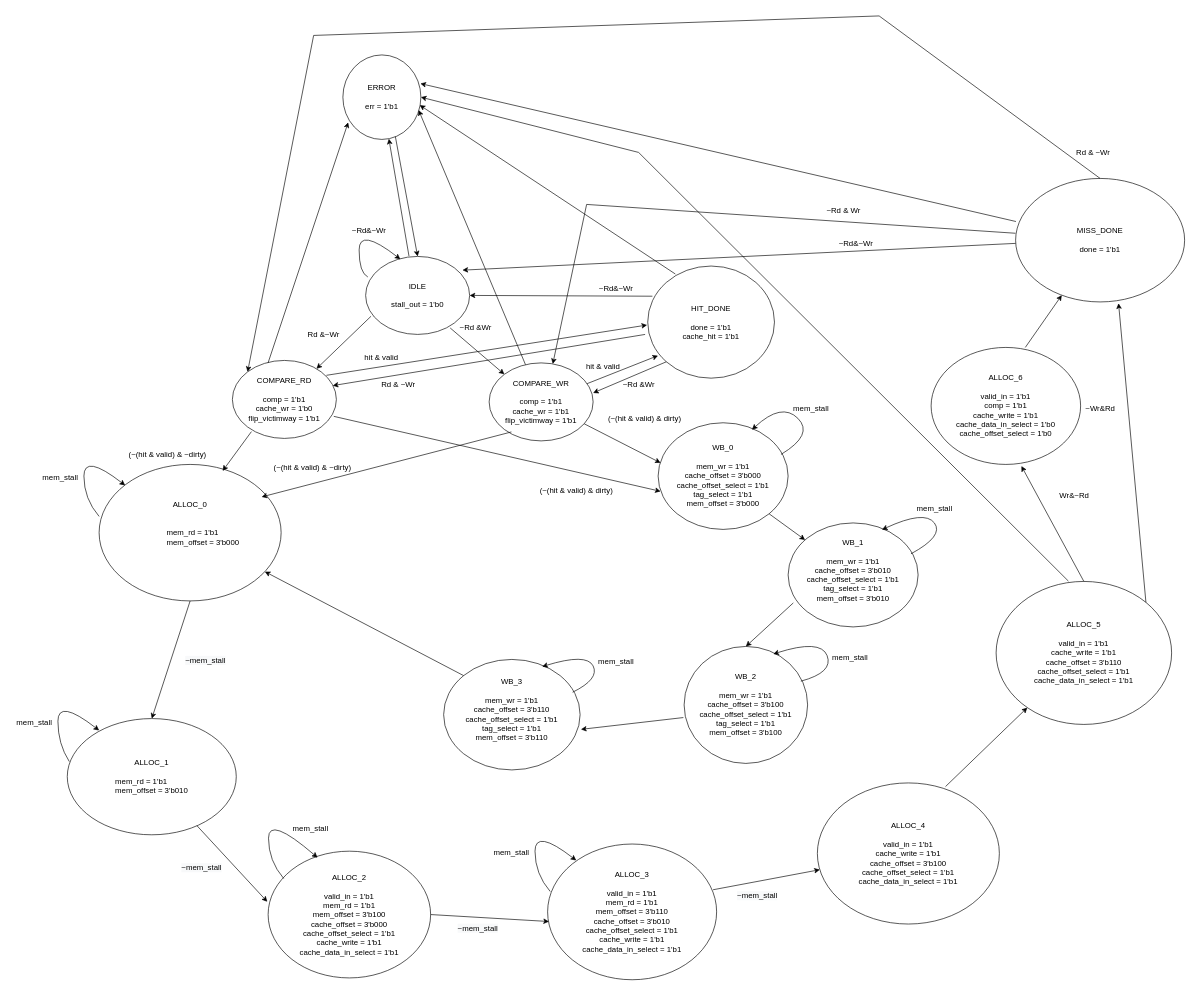
Earlier version of the draw.io diagram project/cache/cache_assoc_FSM.drawio (joshmeiyb/ECE552). Source tidied: cells renumbered, new cells numbered last; positions are measured from the earlier drawing's top-left corner, leaving out a move shared by most shapes. Both pictures are drawn from the tidied source at 65%, with x=0, y=0 at pixel (11, 16).
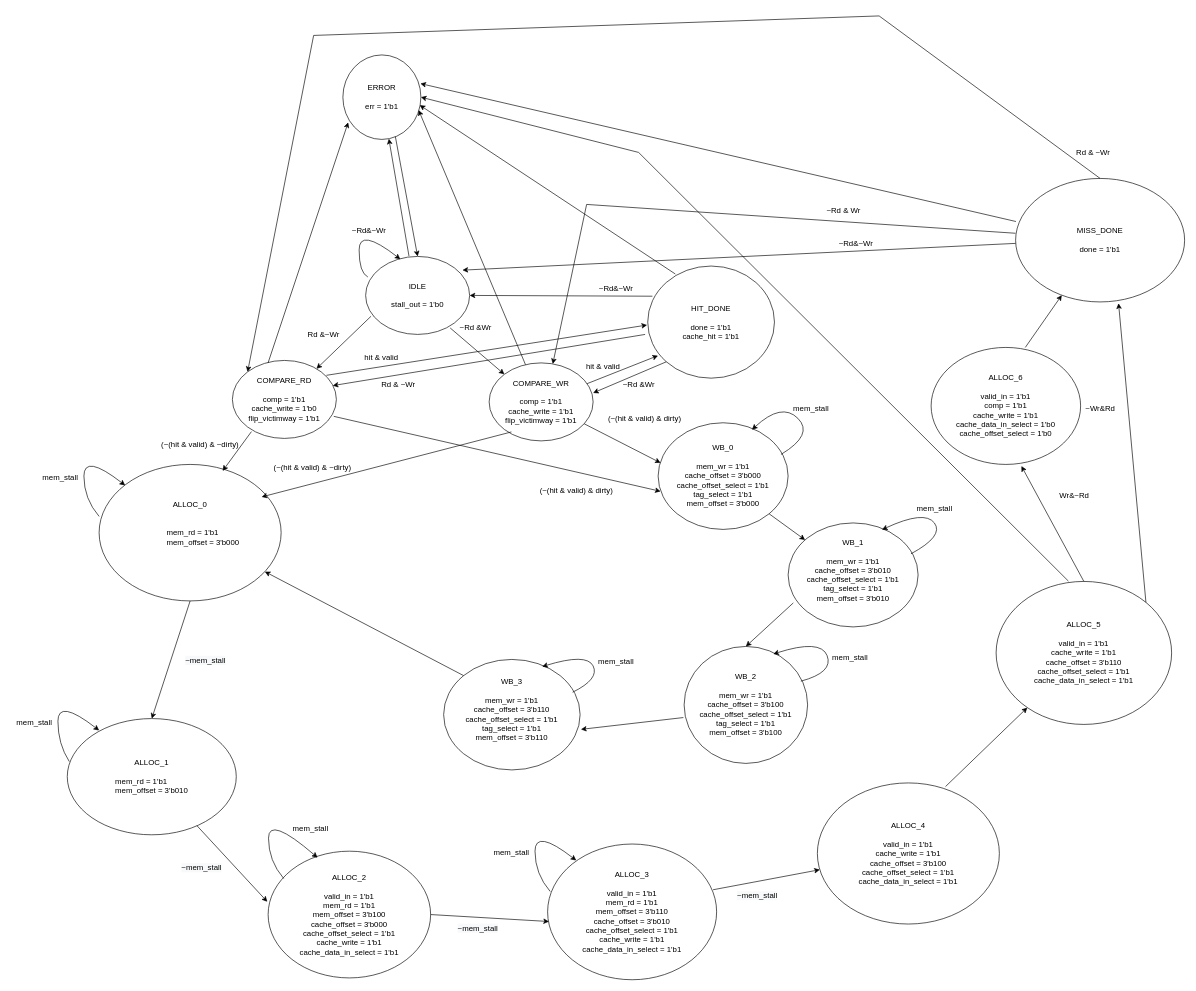
Above is the later version.

Diff of the diagram source:
```diff
@@
-    <mxCell id="5" value="COMPARE_RD&lt;br&gt;&lt;br&gt;comp = 1'b1&lt;br&gt;cache_wr = 1'b0&lt;br&gt;flip_victimway = 1'b1" style="ellipse;whiteSpace=wrap;html=1;" parent="1" vertex="1">
+    <mxCell id="5" value="COMPARE_RD&lt;br&gt;&lt;br&gt;comp = 1'b1&lt;br&gt;cache_write = 1'b0&lt;br&gt;flip_victimway = 1'b1" style="ellipse;whiteSpace=wrap;html=1;" parent="1" vertex="1">
       <mxGeometry x="340" y="530" width="160" height="120" as="geometry" />
     </mxCell>
-    <mxCell id="6" value="COMPARE_WR&lt;br&gt;&lt;br&gt;comp = 1'b1&lt;br&gt;cache_wr = 1'b1&lt;br&gt;flip_victimway = 1'b1" style="ellipse;whiteSpace=wrap;html=1;" parent="1" vertex="1">
+    <mxCell id="6" value="COMPARE_WR&lt;br&gt;&lt;br&gt;comp = 1'b1&lt;br&gt;cache_write = 1'b1&lt;br&gt;flip_victimway = 1'b1" style="ellipse;whiteSpace=wrap;html=1;" parent="1" vertex="1">
       <mxGeometry x="735" y="533.8" width="160" height="120" as="geometry" />
     </mxCell>
@@
     <mxCell id="49" value="(~(hit &amp;amp; valid) &amp;amp; ~dirty) &lt;br&gt;" style="text;html=1;align=center;verticalAlign=middle;strokeColor=none;fillColor=none;" parent="1" vertex="1">
-      <mxGeometry x="175" y="665" width="130" height="20" as="geometry" />
+      <mxGeometry x="225" y="650" width="130" height="20" as="geometry" />
     </mxCell>
```
